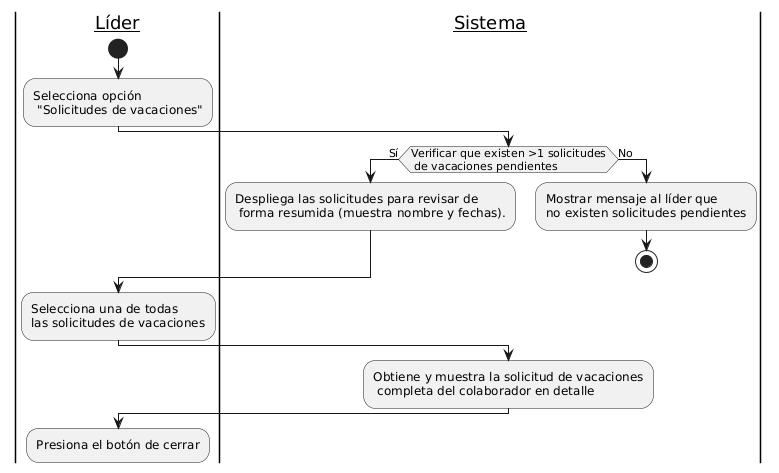
The PlantUML diagram diagrams/CU05.png in EdCanCe/WorkCells, before a commit. Source of this version:
```plantuml
@startuml
|__Líder__|
start
:Selecciona opción\n "Solicitudes de vacaciones";

|__Sistema__|
if(Verificar que existen >1 solicitudes\n de vacaciones pendientes) then (Sí)
    :Despliega las solicitudes para revisar de\n forma resumida (muestra nombre y fechas).;
else (No)
    :Mostrar mensaje al líder que\nno existen solicitudes pendientes;
    stop
endif

|__Líder__|
:Selecciona una de todas\nlas solicitudes de vacaciones;

|__Sistema__|
:Obtiene y muestra la solicitud de vacaciones\n completa del colaborador en detalle;

|__Líder__|
:Presiona el botón de cerrar;
@enduml
```
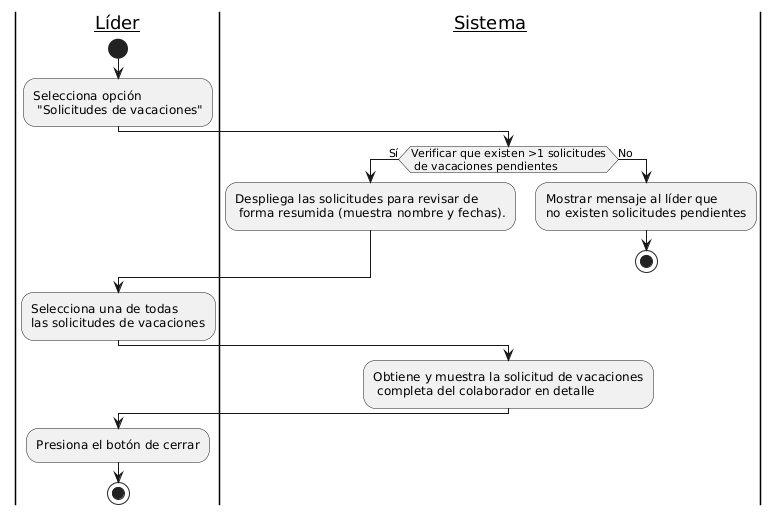
After the change.

Commit message:
Diagrama caso de uso 05 terminado

The edit, as a diff of the source:
```diff
@@ -19,4 +19,6 @@
 
 |__Líder__|
 :Presiona el botón de cerrar;
+
+stop
 @enduml
```
